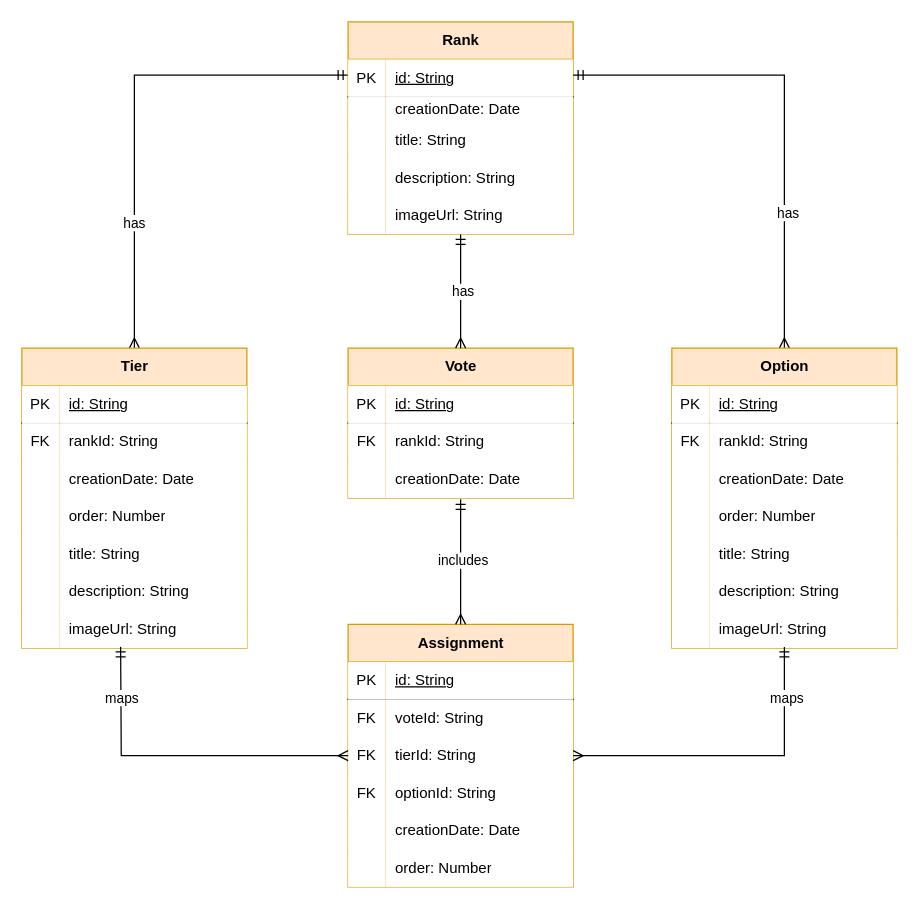
This is page "DomainEntities" (1 of 2) of docs/Diagrams.drawio from BrunoMNDantas/Ranker, a draw.io file, before an edit. Source tidied: cells renumbered, new cells numbered last; positions are measured from the earlier drawing's top-left corner, leaving out a move shared by most shapes. Both pictures are drawn from the tidied source at 125%, with x=0, y=0 at pixel (21, 21).
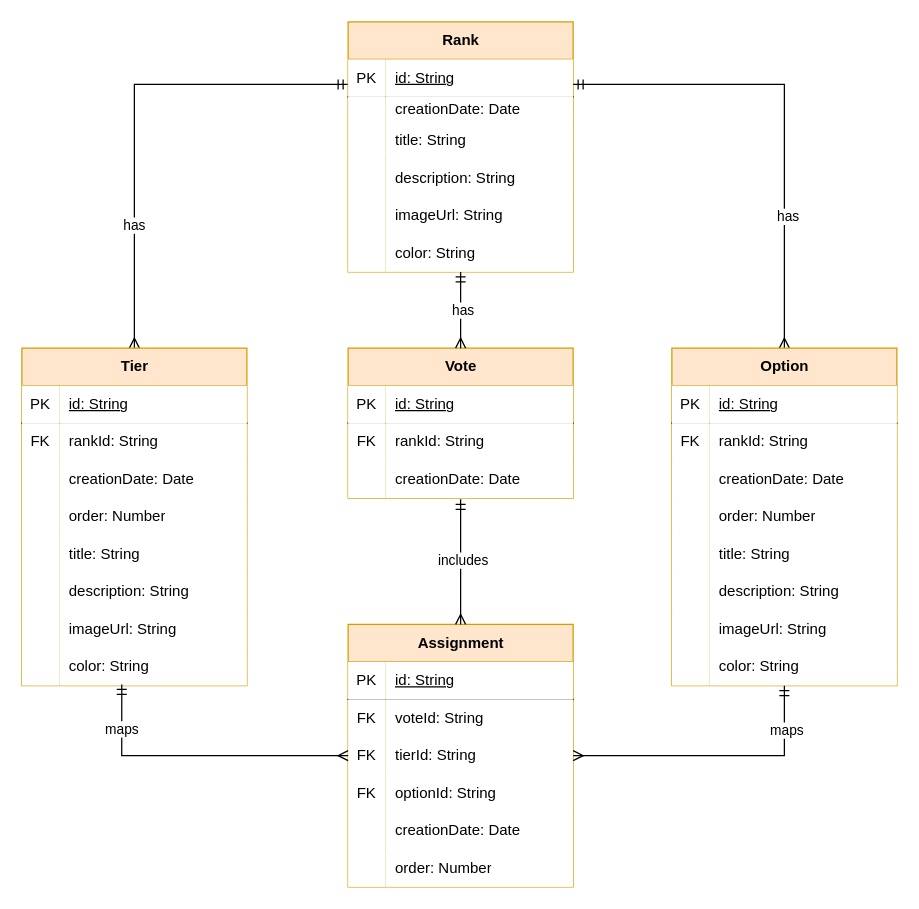
After the change.

Unchanged cells that the change refers to:
```xml
<mxCell id="42" value="Vote" style="shape=table;startSize=30;childLayout=tableLayout;rowLines=0;fontStyle=1;align=center;html=1;fillColor=#ffe6cc;strokeColor=#d79b00;fillStyle=solid;" parent="1" vertex="1">
  <mxGeometry x="261" y="261" width="180" height="120" as="geometry" />
</mxCell>
<mxCell id="59" style="shape=tableRow;horizontal=0;startSize=0;swimlaneHead=0;swimlaneBody=0;fillColor=none;points=[[0,0.5],[1,0.5]];portConstraint=eastwest;top=0;left=0;right=0;bottom=0;" parent="52" vertex="1">
  <mxGeometry y="90" width="180" height="30" as="geometry" />
</mxCell>
<mxCell id="92" style="shape=tableRow;horizontal=0;startSize=0;swimlaneHead=0;swimlaneBody=0;fillColor=none;points=[[0,0.5],[1,0.5]];portConstraint=eastwest;top=0;left=0;right=0;bottom=0;" parent="73" vertex="1">
  <mxGeometry y="210" width="180" height="30" as="geometry" />
</mxCell>
```

Change to the diagram source:
```diff
@@
     <mxCell id="4" value="Tier" style="shape=table;startSize=30;childLayout=tableLayout;rowLines=0;fontStyle=1;align=center;html=1;fillColor=#ffe6cc;strokeColor=#d79b00;fillStyle=solid;" parent="1" vertex="1">
-      <mxGeometry y="261" width="180" height="240" as="geometry" />
+      <mxGeometry y="261" width="180" height="270" as="geometry" />
     </mxCell>
@@
+    <mxCell id="103" style="shape=tableRow;horizontal=0;startSize=0;swimlaneHead=0;swimlaneBody=0;fillColor=none;points=[[0,0.5],[1,0.5]];portConstraint=eastwest;top=0;left=0;right=0;bottom=0;" parent="4" vertex="1">
+      <mxGeometry y="240" width="180" height="30" as="geometry" />
+    </mxCell>
+    <mxCell id="104" style="shape=partialRectangle;fillColor=default;top=0;left=0;bottom=0;right=0;overflow=hidden;whiteSpace=wrap;html=1;" parent="103" vertex="1">
+      <mxGeometry width="30" height="30" as="geometry" />
+    </mxCell>
+    <mxCell id="105" value="color: String" style="shape=partialRectangle;fillColor=default;top=0;left=0;bottom=0;right=0;align=left;spacingLeft=6;overflow=hidden;whiteSpace=wrap;html=1;" parent="103" vertex="1">
+      <mxGeometry x="30" width="150" height="30" as="geometry" />
+    </mxCell>
     <mxCell id="26" value="Rank" style="shape=table;startSize=30;childLayout=tableLayout;rowLines=0;fontStyle=1;align=center;html=1;fillColor=#ffe6cc;strokeColor=#d79b00;fillStyle=solid;" parent="1" vertex="1">
-      <mxGeometry x="261" width="180" height="170" as="geometry" />
+      <mxGeometry x="261" width="180" height="200" as="geometry" />
     </mxCell>
@@
+    <mxCell id="106" style="shape=tableRow;horizontal=0;startSize=0;swimlaneHead=0;swimlaneBody=0;fillColor=none;top=0;left=0;right=0;bottom=0;" parent="26" vertex="1">
+      <mxGeometry y="170" width="180" height="30" as="geometry" />
+    </mxCell>
+    <mxCell id="107" style="shape=partialRectangle;fillColor=default;top=0;left=0;bottom=0;right=0;overflow=hidden;whiteSpace=wrap;html=1;" parent="106" vertex="1">
+      <mxGeometry width="30" height="30" as="geometry" />
+    </mxCell>
+    <mxCell id="108" value="color: String" style="shape=partialRectangle;fillColor=default;top=0;left=0;bottom=0;right=0;align=left;spacingLeft=6;overflow=hidden;whiteSpace=wrap;html=1;" parent="106" vertex="1">
+      <mxGeometry x="30" width="150" height="30" as="geometry" />
+    </mxCell>
@@
     <mxCell id="73" value="Option" style="shape=table;startSize=30;childLayout=tableLayout;rowLines=0;fontStyle=1;align=center;html=1;fillColor=#ffe6cc;strokeColor=#d79b00;fillStyle=solid;" parent="1" vertex="1">
-      <mxGeometry x="520" y="261" width="180" height="240" as="geometry" />
+      <mxGeometry x="520" y="261" width="180" height="270" as="geometry" />
     </mxCell>
@@
+    <mxCell id="109" style="shape=tableRow;horizontal=0;startSize=0;swimlaneHead=0;swimlaneBody=0;fillColor=none;top=0;left=0;right=0;bottom=0;" parent="73" vertex="1">
+      <mxGeometry y="240" width="180" height="30" as="geometry" />
+    </mxCell>
+    <mxCell id="110" style="shape=partialRectangle;fillColor=default;top=0;left=0;bottom=0;right=0;overflow=hidden;whiteSpace=wrap;html=1;" parent="109" vertex="1">
+      <mxGeometry width="30" height="30" as="geometry" />
+    </mxCell>
+    <mxCell id="111" value="color: String" style="shape=partialRectangle;fillColor=default;top=0;left=0;bottom=0;right=0;align=left;spacingLeft=6;overflow=hidden;whiteSpace=wrap;html=1;" parent="109" vertex="1">
+      <mxGeometry x="30" width="150" height="30" as="geometry" />
+    </mxCell>
     <mxCell id="95" style="edgeStyle=orthogonalEdgeStyle;rounded=0;jettySize=auto;html=1;exitX=0.5;exitY=0;exitDx=0;exitDy=0;endArrow=ERmandOne;endFill=0;startArrow=ERmany;startFill=0;" parent="1" edge="1" source="42">
       <mxGeometry relative="1" as="geometry">
-        <mxPoint x="351" y="170" as="targetPoint" />
+        <mxPoint x="351" y="200" as="targetPoint" />
       </mxGeometry>
     </mxCell>
@@
-    <mxCell id="97" style="edgeStyle=orthogonalEdgeStyle;rounded=0;jettySize=auto;html=1;exitX=1;exitY=0.5;exitDx=0;exitDy=0;endArrow=ERmandOne;endFill=0;startArrow=ERmany;startFill=0;entryX=0.5;entryY=0.967;entryDx=0;entryDy=0;entryPerimeter=0;" parent="1" edge="1" source="59" target="92">
+    <mxCell id="97" style="edgeStyle=orthogonalEdgeStyle;rounded=0;jettySize=auto;html=1;exitX=1;exitY=0.5;exitDx=0;exitDy=0;endArrow=ERmandOne;endFill=0;startArrow=ERmany;startFill=0;entryX=0.5;entryY=1;entryDx=0;entryDy=0;" parent="1" edge="1" source="59" target="73">
       <mxGeometry relative="1" as="geometry" />
     </mxCell>
@@
-    <mxCell id="99" style="edgeStyle=orthogonalEdgeStyle;rounded=0;jettySize=auto;html=1;exitX=0;exitY=0.5;exitDx=0;exitDy=0;endArrow=ERmandOne;endFill=0;startArrow=ERmany;startFill=0;" parent="1" edge="1" source="59">
-      <mxGeometry relative="1" as="geometry">
-        <mxPoint x="79" y="500" as="targetPoint" />
-      </mxGeometry>
+    <mxCell id="99" style="edgeStyle=orthogonalEdgeStyle;rounded=0;jettySize=auto;html=1;exitX=0;exitY=0.5;exitDx=0;exitDy=0;endArrow=ERmandOne;endFill=0;startArrow=ERmany;startFill=0;entryX=0.444;entryY=0.967;entryDx=0;entryDy=0;entryPerimeter=0;" parent="1" edge="1" source="59" target="103">
+      <mxGeometry relative="1" as="geometry" />
     </mxCell>
```
